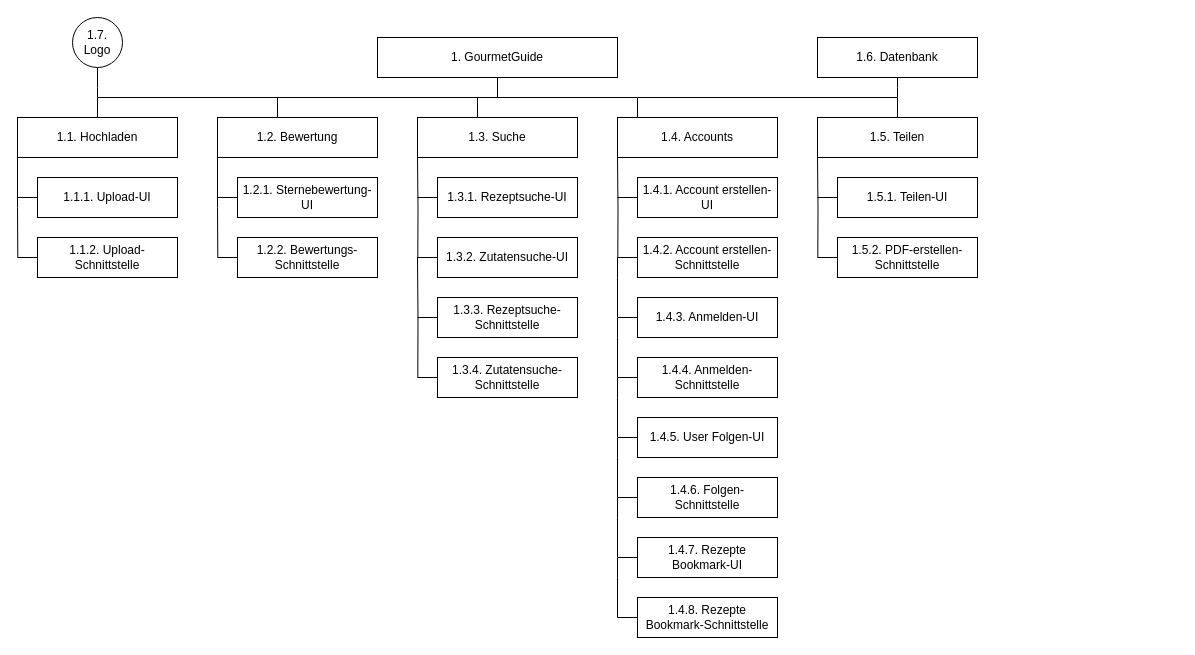
This is Produktstrukturplan.drawio from Software-Engineering-I-HWR/GourmetGuide, a draw.io file, before an edit. Source tidied: cells renumbered, new cells numbered last; positions are measured from the earlier drawing's top-left corner, leaving out a move shared by most shapes. Both pictures are drawn from the tidied source at 100%, with x=0, y=0 at pixel (17, 17).
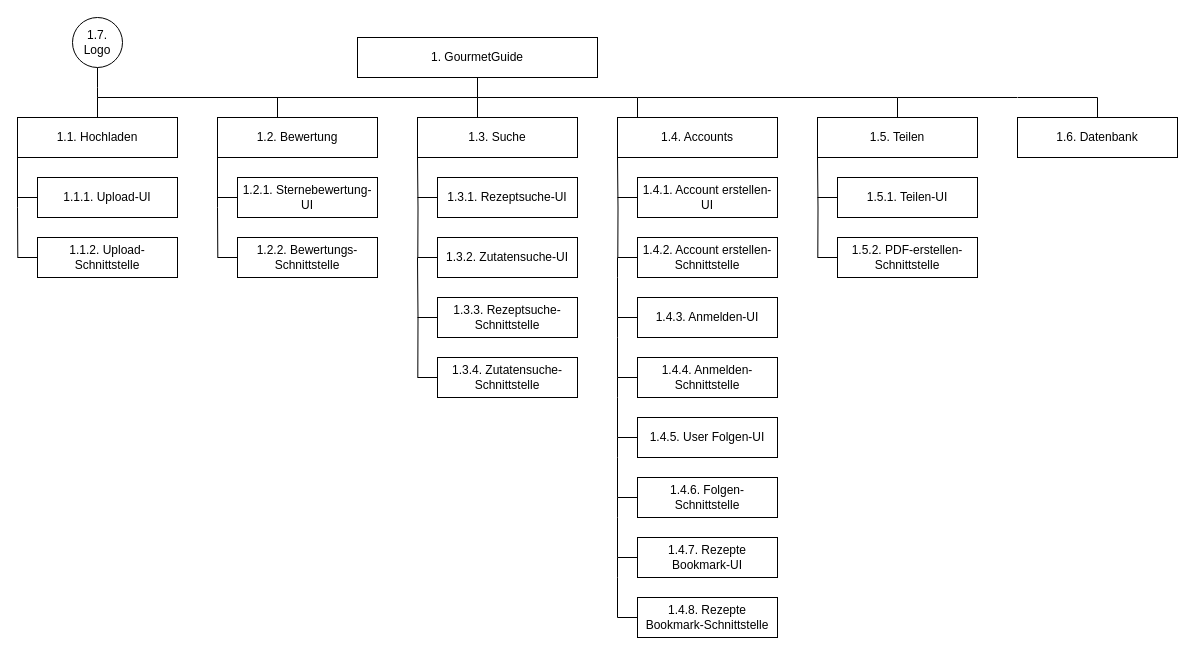
The same page after the edit.

Unchanged cells that the change refers to:
```xml
<mxCell id="5" value="1.1. Hochladen" style="rounded=0;whiteSpace=wrap;html=1;" parent="1" vertex="1">
  <mxGeometry y="100" width="160" height="40" as="geometry" />
</mxCell>
```

Diff of the diagram source:
```diff
@@
     <mxCell id="2" value="1. GourmetGuide" style="rounded=0;whiteSpace=wrap;html=1;" parent="1" vertex="1">
-      <mxGeometry x="360" y="20" width="240" height="40" as="geometry" />
+      <mxGeometry x="340" y="20" width="240" height="40" as="geometry" />
     </mxCell>
     <mxCell id="3" style="edgeStyle=orthogonalEdgeStyle;rounded=0;jettySize=auto;html=1;exitX=0.5;exitY=0;exitDx=0;exitDy=0;endArrow=none;endFill=0;entryX=0.5;entryY=1;entryDx=0;entryDy=0;" parent="1" edge="1" source="5" target="2">
       <mxGeometry relative="1" as="geometry">
         <Array as="points">
           <mxPoint x="80" y="80" />
-          <mxPoint x="480" y="80" />
+          <mxPoint x="460" y="80" />
         </Array>
       </mxGeometry>
     </mxCell>
@@
-    <mxCell id="57" style="edgeStyle=orthogonalEdgeStyle;rounded=0;jettySize=auto;html=1;exitX=0.5;exitY=1;exitDx=0;exitDy=0;endArrow=none;endFill=0;" parent="1" edge="1" source="58">
-      <mxGeometry relative="1" as="geometry">
-        <mxPoint x="880" y="80" as="targetPoint" />
-        <Array as="points">
-          <mxPoint x="880" y="70" />
-          <mxPoint x="880" y="70" />
-        </Array>
-      </mxGeometry>
-    </mxCell>
+    <mxCell id="59" style="edgeStyle=orthogonalEdgeStyle;rounded=0;jettySize=auto;html=1;exitX=0.5;exitY=0;exitDx=0;exitDy=0;endArrow=none;endFill=0;" parent="1" edge="1" source="58">
+      <mxGeometry relative="1" as="geometry">
+        <mxPoint x="1000" y="80" as="targetPoint" />
+      </mxGeometry>
+    </mxCell>
     <mxCell id="58" value="1.6. Datenbank" style="rounded=0;whiteSpace=wrap;html=1;" parent="1" vertex="1">
-      <mxGeometry x="800" y="20" width="160" height="40" as="geometry" />
+      <mxGeometry x="1000" y="100" width="160" height="40" as="geometry" />
     </mxCell>
+    <mxCell id="60" style="endArrow=none;html=1;rounded=0;" parent="1" edge="1">
+      <mxGeometry relative="1" as="geometry">
+        <mxPoint x="880" y="80" as="sourcePoint" />
+        <mxPoint x="1000" y="80" as="targetPoint" />
+      </mxGeometry>
+    </mxCell>
```
